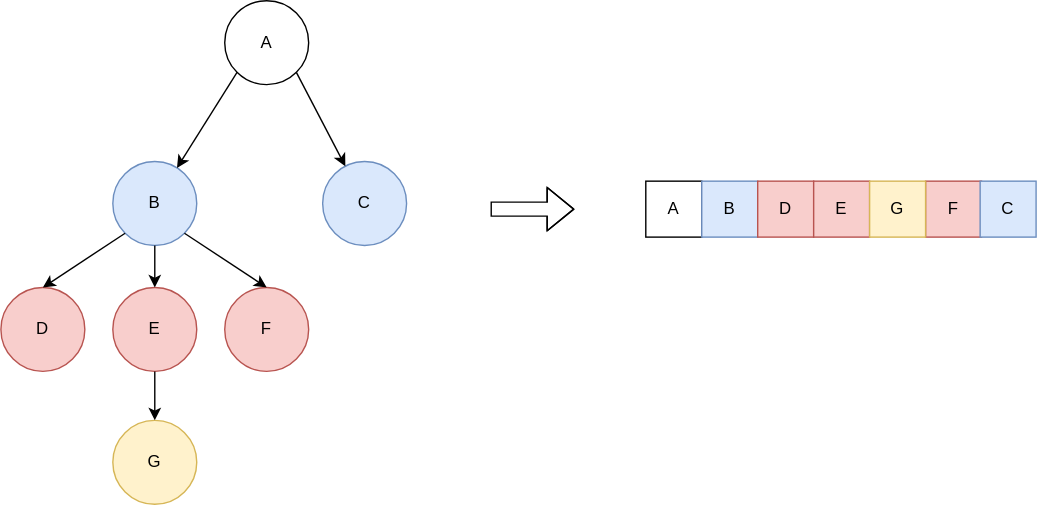
XX-05/tree-serialization-deserialization-full keeps this draw.io diagram as assets/tree_flattening.svg. Above is the earlier version. Source tidied: cells renumbered, new cells last; positions are measured from the earlier drawing's top-left corner, leaving out a move shared by most shapes.
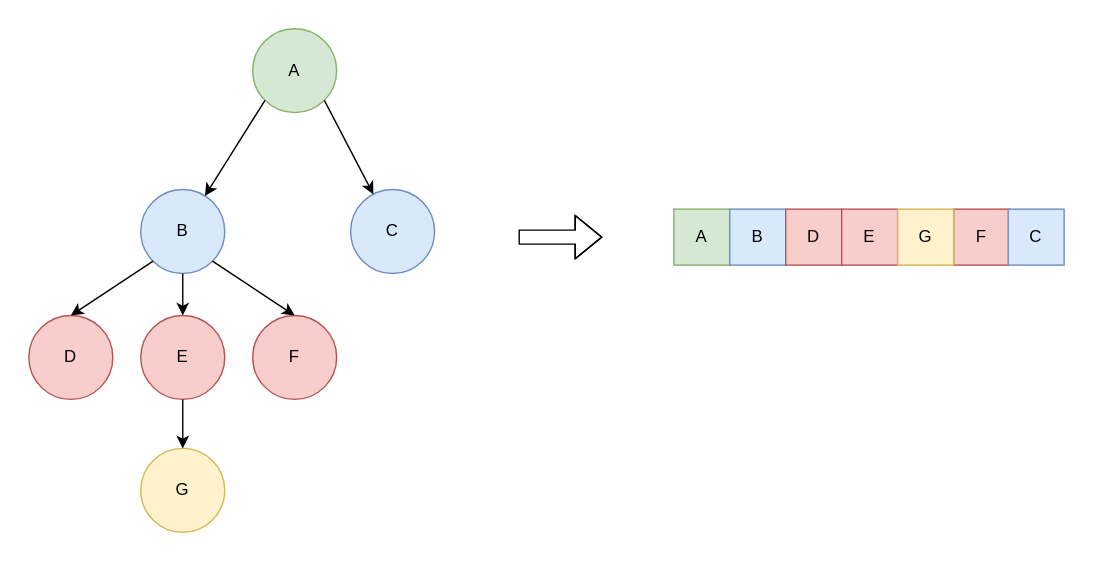
After the change.

Commit message:
Add white background to figure and add figure label

What changed in the source:
```diff
@@ -2,7 +2,7 @@
   <root>
     <mxCell id="0" />
     <mxCell id="1" parent="0" />
-    <mxCell id="2" value="A" style="ellipse;whiteSpace=wrap;html=1;" parent="1" vertex="1">
+    <mxCell id="2" value="A" style="ellipse;whiteSpace=wrap;html=1;fillColor=#d5e8d4;strokeColor=#82b366;" parent="1" vertex="1">
       <mxGeometry x="160" width="60" height="60" as="geometry" />
     </mxCell>
     <mxCell id="3" value="B" style="ellipse;whiteSpace=wrap;html=1;fillColor=#dae8fc;strokeColor=#6c8ebf;" parent="1" vertex="1">
@@ -35,7 +35,7 @@
     <mxCell id="12" style="endArrow=classic;html=1;rounded=0;fontSize=25;exitX=1;exitY=1;exitDx=0;exitDy=0;entryX=0.5;entryY=0;entryDx=0;entryDy=0;" parent="1" edge="1" source="3" target="9">
       <mxGeometry relative="1" as="geometry" />
     </mxCell>
-    <mxCell id="13" style="shape=flexArrow;endArrow=classic;html=1;rounded=0;fontSize=25;fillColor=default;" parent="1" edge="1">
+    <mxCell id="13" style="shape=flexArrow;endArrow=classic;html=1;rounded=0;fontSize=25;" parent="1" edge="1">
       <mxGeometry relative="1" as="geometry">
         <mxPoint x="350" y="149" as="sourcePoint" />
         <mxPoint x="410" y="149" as="targetPoint" />
@@ -44,7 +44,7 @@
         </Array>
       </mxGeometry>
     </mxCell>
-    <mxCell id="14" value="A" style="whiteSpace=wrap;html=1;fontSize=12;verticalAlign=middle;align=center;" parent="1" vertex="1">
+    <mxCell id="14" value="A" style="whiteSpace=wrap;html=1;fontSize=12;verticalAlign=middle;align=center;fillColor=#d5e8d4;strokeColor=#82b366;" parent="1" vertex="1">
       <mxGeometry x="461" y="129" width="40" height="40" as="geometry" />
     </mxCell>
     <mxCell id="15" value="B" style="whiteSpace=wrap;html=1;fontSize=12;verticalAlign=middle;fillColor=#dae8fc;strokeColor=#6c8ebf;" parent="1" vertex="1">
```
